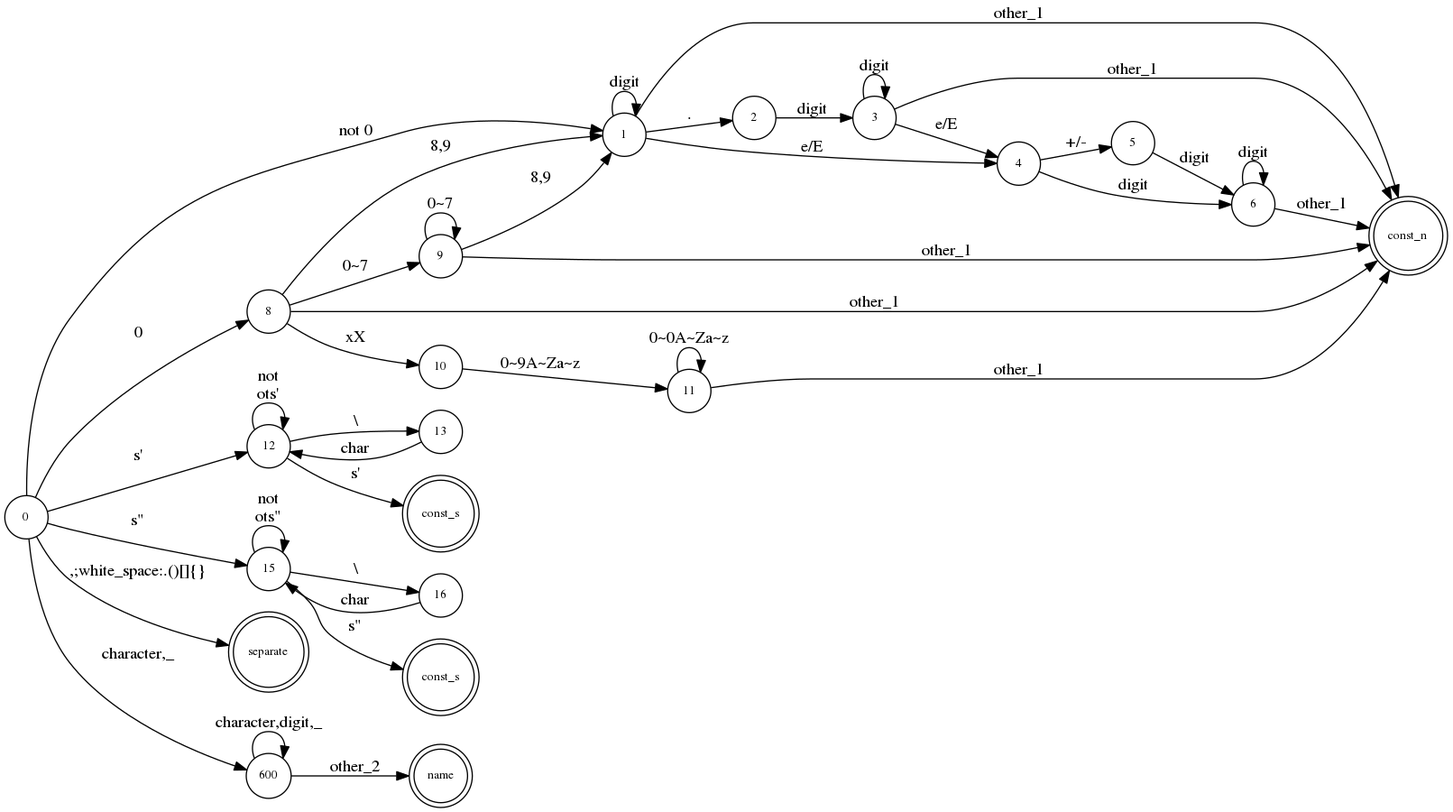
This is doc/scaner.png from gmftbyGMFTBY/CCompilerInPython, a Graphviz export, as it was before one commit. Its source is kept beside it as doc/scaner.gv.
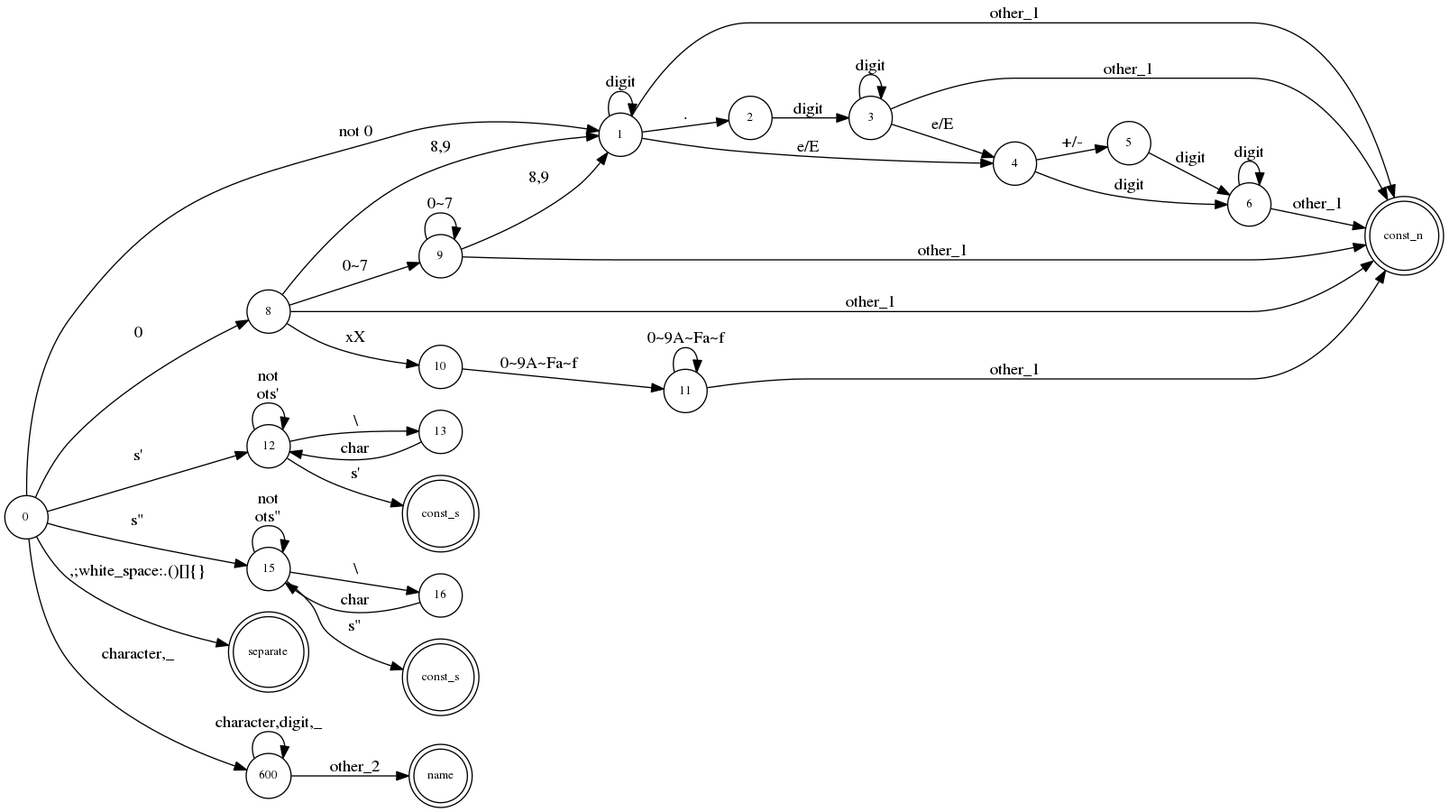
After the change.

The edit, as a diff of the source:
```diff
@@ -109,8 +109,8 @@
     9       ->      9       [label="0~7"];
     9       ->      1       [label="8,9"];
     9       ->      7       [label="other_1"]
-    10      ->      11      [label="0~9A~Za~z"];
-    11      ->      11      [label="0~0A~Za~z"];
+    10      ->      11      [label="0~9A~Fa~f"];
+    11      ->      11      [label="0~9A~Fa~f"];
     11      ->      7       [label="other_1"];
 
     0       ->      12      [label="s'"];
```
